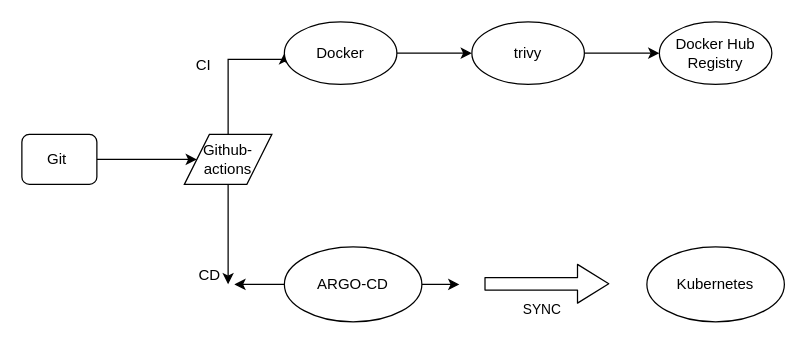
Before: git-actions(ci)-argo(cd).drawio in Raidi13/diagrams, a draw.io diagram. Source tidied: cells renumbered, new cells numbered last; positions are measured from the earlier drawing's top-left corner, leaving out a move shared by most shapes. Both pictures are drawn from the tidied source at 125%, with x=0, y=0 at pixel (21, 21).
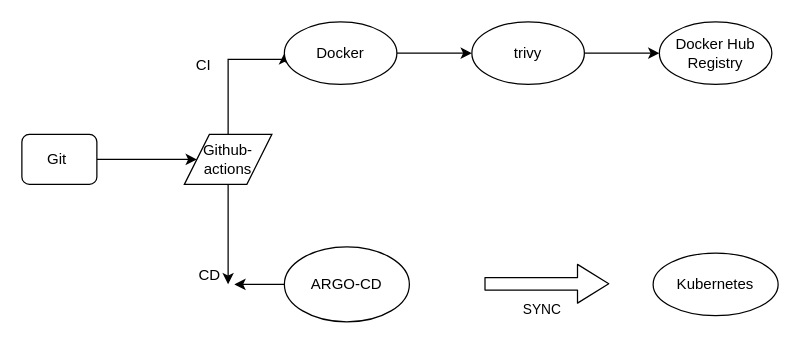
The same diagram, later.

The edit, as a diff of the source:
```diff
@@
-    <mxCell id="14" style="edgeStyle=orthogonalEdgeStyle;rounded=0;jettySize=auto;html=1;" parent="1" edge="1" source="15">
-      <mxGeometry relative="1" as="geometry">
-        <mxPoint x="350" y="210" as="targetPoint" />
-      </mxGeometry>
-    </mxCell>
     <mxCell id="15" value="ARGO-CD" style="ellipse;whiteSpace=wrap;html=1;" parent="1" vertex="1">
-      <mxGeometry x="210" y="180" width="110" height="60" as="geometry" />
+      <mxGeometry x="210" y="180" width="100" height="60" as="geometry" />
     </mxCell>
     <mxCell id="16" value="Kubernetes" style="ellipse;whiteSpace=wrap;html=1;" parent="1" vertex="1">
-      <mxGeometry x="500" y="180" width="110" height="60" as="geometry" />
+      <mxGeometry x="505" y="185" width="100" height="50" as="geometry" />
     </mxCell>
```
